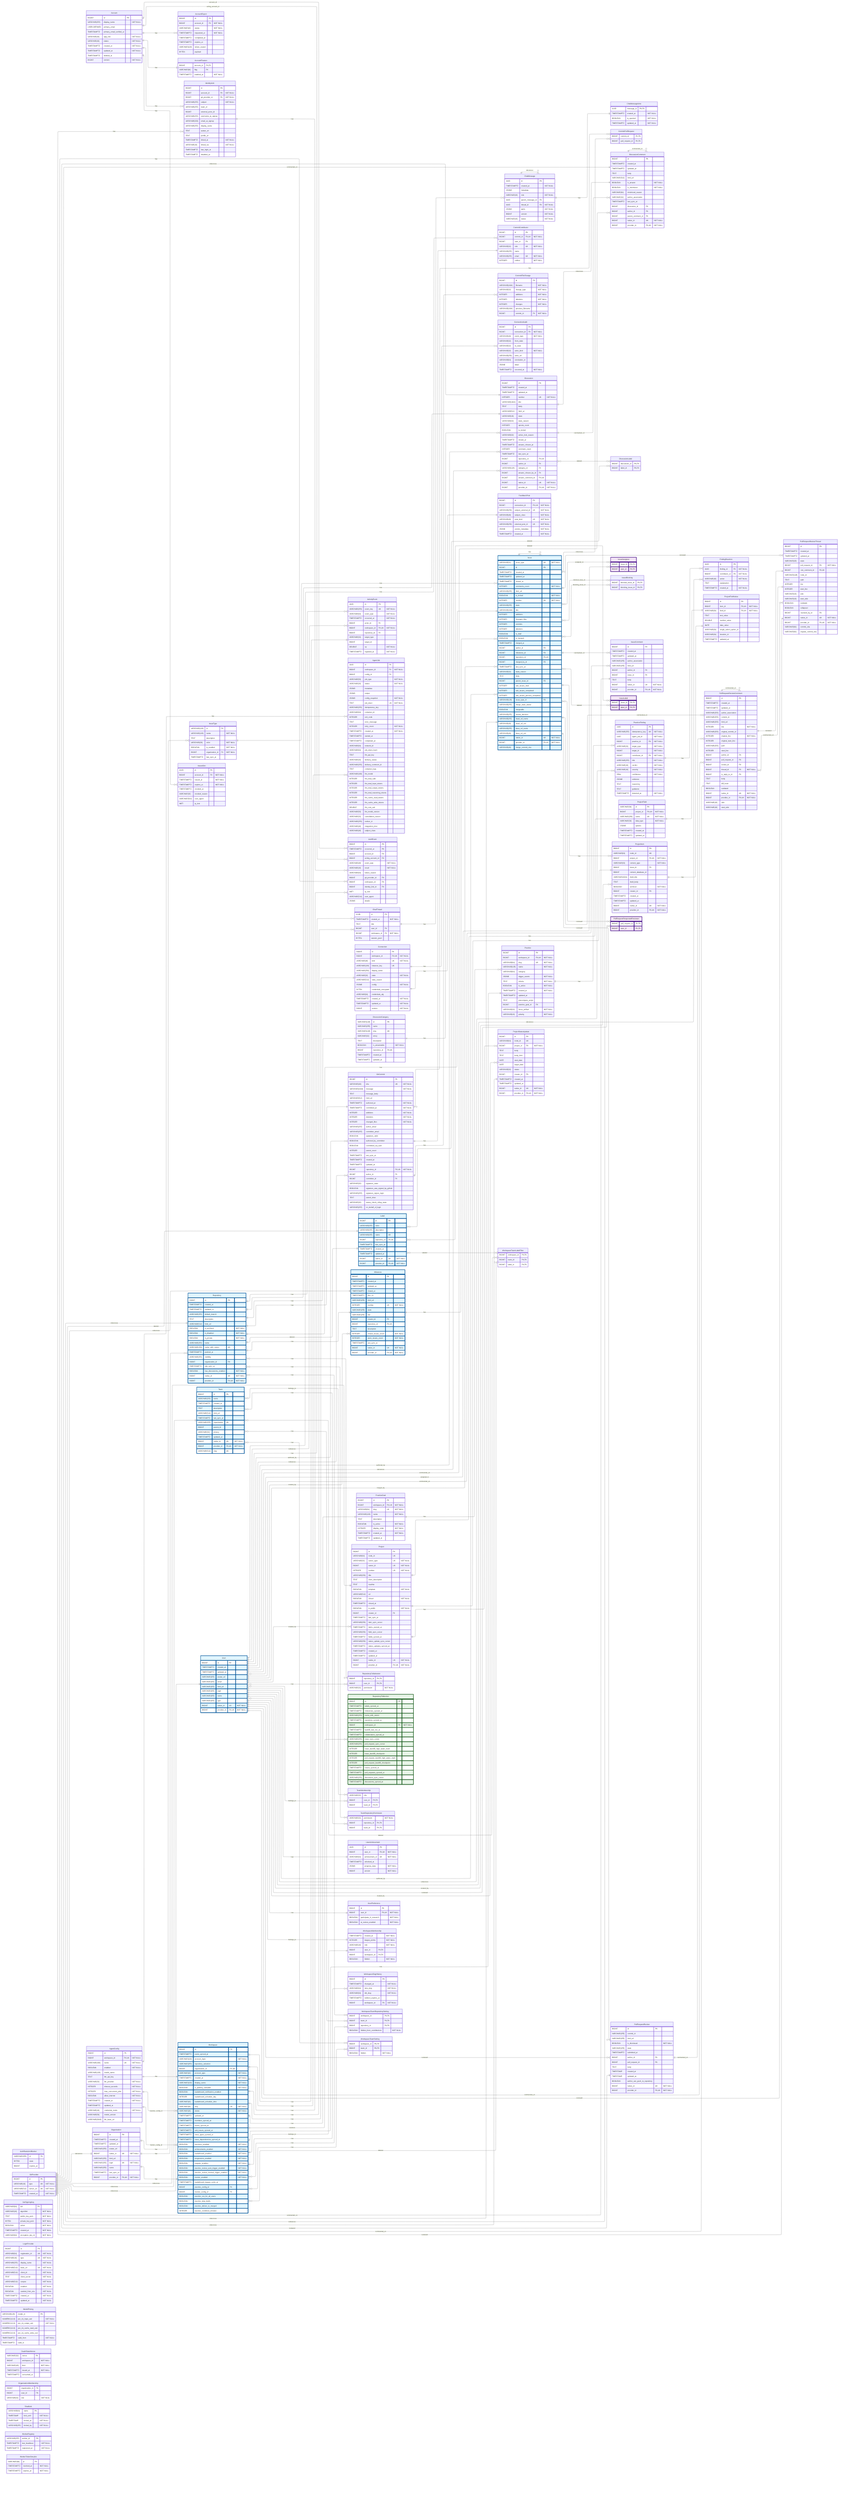
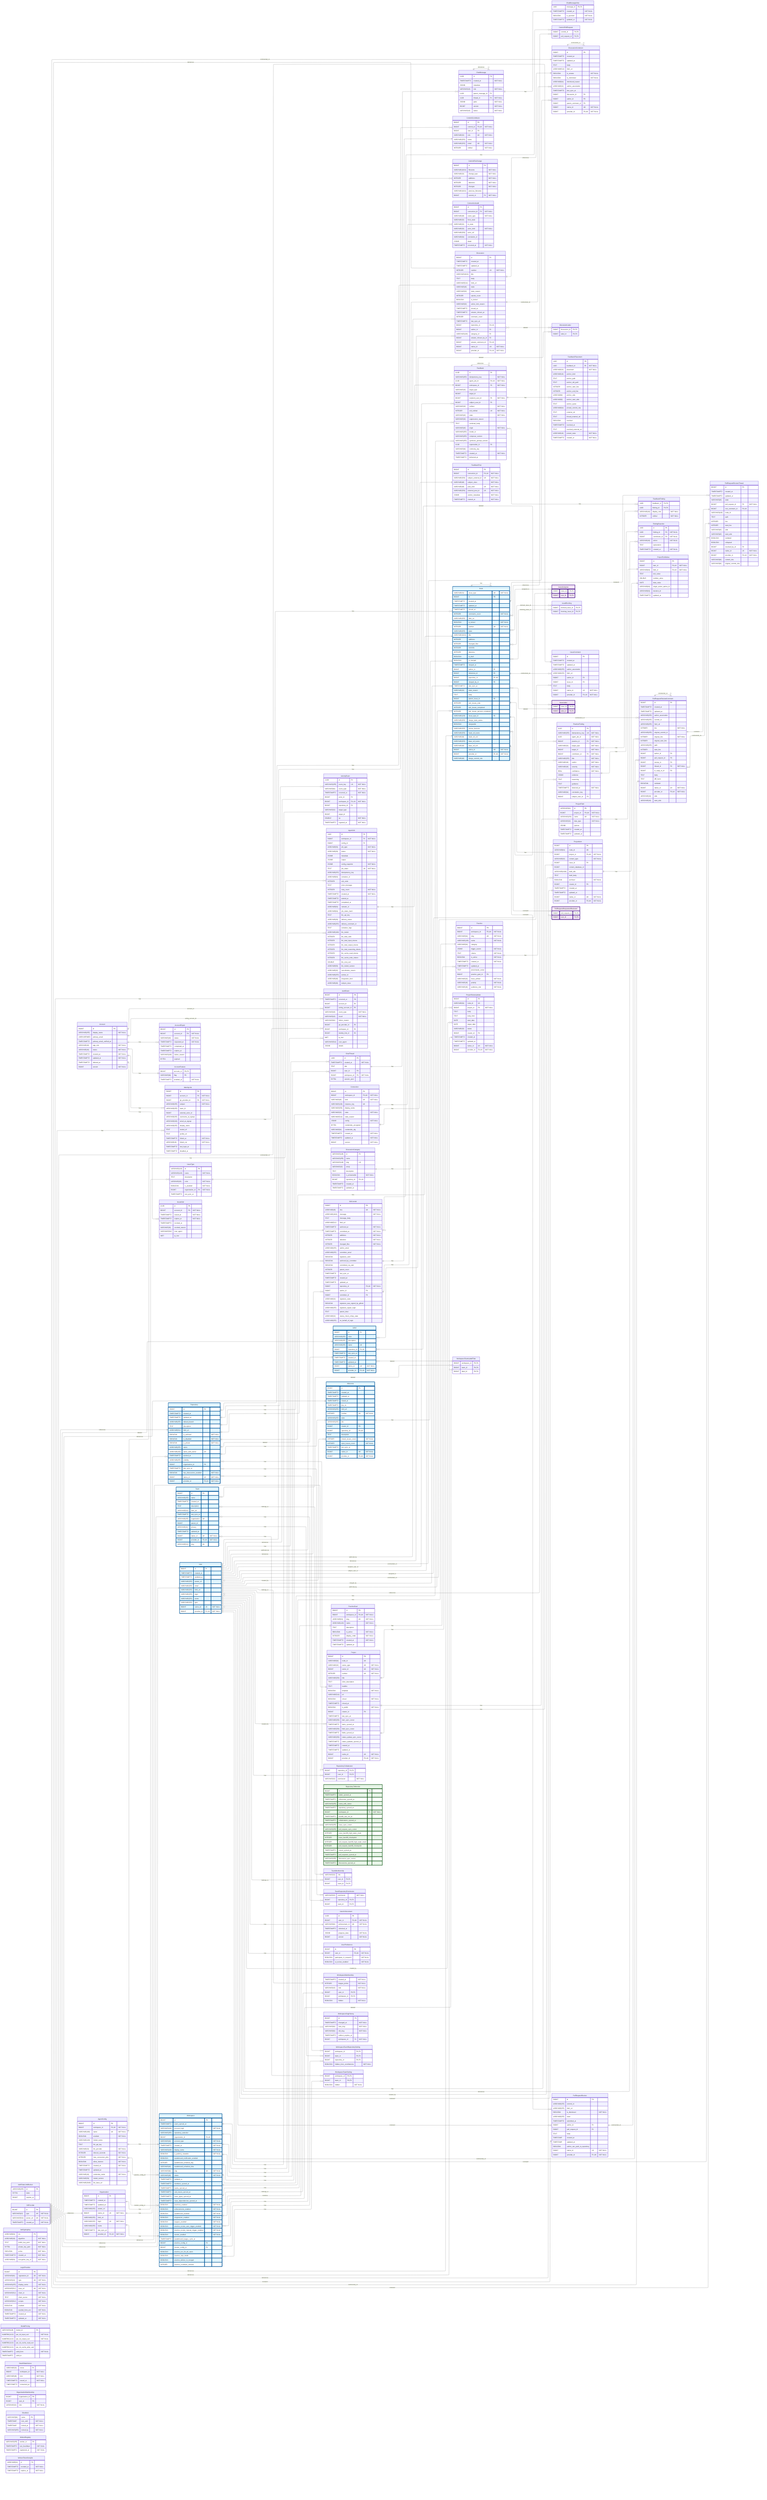
---
config:
    layout: elk
---
erDiagram
    %% Generated automatically from PostgreSQL database schema
    %% using scripts/generate-mermaid-erd.ts
    %% To regenerate: pnpm run db:generate-erd-docs

    direction LR

    Account {
        BIGINT id PK
        VARCHAR(255) display_name "NOT NULL"
        USER-DEFINED primary_email
        TIMESTAMPTZ primary_email_verified_at
        VARCHAR(16) app_role "NOT NULL"
        VARCHAR(16) status "NOT NULL"
        TIMESTAMPTZ created_at "NOT NULL"
        TIMESTAMPTZ updated_at "NOT NULL"
        TIMESTAMPTZ deleted_at
        BIGINT version "NOT NULL"
    }

    AccountExport {
        BIGINT id PK
        BIGINT account_id FK "NOT NULL"
        VARCHAR(16) status "NOT NULL"
        TIMESTAMPTZ requested_at "NOT NULL"
        TIMESTAMPTZ completed_at
        TIMESTAMPTZ expires_at
        VARCHAR(128) failure_reason
        BYTEA payload
    }

    AccountFeature {
        BIGINT account_id PK,FK
        VARCHAR(64) flag PK
        TIMESTAMPTZ enabled_at "NOT NULL"
    }

    ActivityEvent {
        UUID id PK
        VARCHAR(255) event_key UK "NOT NULL"
        VARCHAR(64) event_type "NOT NULL"
        TIMESTAMPTZ occurred_at "NOT NULL"
        BIGINT actor_id FK
        BIGINT workspace_id FK,UK "NOT NULL"
        BIGINT repository_id FK
        VARCHAR(32) target_type
        BIGINT target_id
        DOUBLE xp "NOT NULL"
        TIMESTAMPTZ ingested_at "NOT NULL"
    }

    AgentConfig {
        BIGINT id PK
        BIGINT workspace_id FK,UK "NOT NULL"
        VARCHAR(100) name UK "NOT NULL"
        BOOLEAN enabled "NOT NULL"
        VARCHAR(128) model_name
        TEXT llm_api_key
        VARCHAR(32) llm_provider "NOT NULL"
        INTEGER timeout_seconds "NOT NULL"
        INTEGER max_concurrent_jobs "NOT NULL"
        BOOLEAN allow_internet "NOT NULL"
        TIMESTAMPTZ created_at "NOT NULL"
        TIMESTAMPTZ updated_at
        VARCHAR(16) credential_mode "NOT NULL"
        VARCHAR(50) model_version
        VARCHAR(2048) llm_base_url
    }

    AgentJob {
        UUID id PK
        BIGINT workspace_id FK "NOT NULL"
        BIGINT config_id FK
        VARCHAR(50) job_type "NOT NULL"
        VARCHAR(20) status "NOT NULL"
        JSONB metadata
        JSONB output
        JSONB config_snapshot "NOT NULL"
        TEXT job_token UK "NOT NULL"
        VARCHAR(255) idempotency_key
        VARCHAR(64) container_id
        INTEGER exit_code
        TEXT error_message
        INTEGER retry_count "NOT NULL"
        TIMESTAMPTZ created_at "NOT NULL"
        TIMESTAMPTZ started_at
        TIMESTAMPTZ completed_at
        VARCHAR(64) network_id
        VARCHAR(64) job_token_hash
        TEXT llm_api_key
        VARCHAR(20) delivery_status
        VARCHAR(255) delivery_comment_id
        TEXT container_logs
        VARCHAR(100) llm_model
        INTEGER llm_total_calls
        INTEGER llm_total_input_tokens
        INTEGER llm_total_output_tokens
        INTEGER llm_total_reasoning_tokens
        INTEGER llm_cache_read_tokens
        INTEGER llm_cache_write_tokens
        DOUBLE llm_cost_usd
        VARCHAR(50) llm_model_version
        VARCHAR(32) cancellation_reason
        VARCHAR(255) worker_id
        VARCHAR(48) integration_kind
        VARCHAR(48) subject_class
    }

    AuthEvent {
        BIGINT id PK
        TIMESTAMPTZ occurred_at PK
        BIGINT account_id FK
        BIGINT acting_account_id FK
        VARCHAR(48) event_type "NOT NULL"
        VARCHAR(16) result "NOT NULL"
        VARCHAR(64) failure_reason
        BIGINT git_provider_id FK
        BIGINT workspace_id FK
        BIGINT identity_link_id FK
        INET ip_inet
        VARCHAR(512) user_agent
        JSONB details
    }

    AuthRateLimitBucket {
        VARCHAR(255) id PK
        BYTEA state
        BIGINT expires_at
    }

    ChatMessage {
        UUID id PK
        TIMESTAMPTZ created_at "NOT NULL"
        JSONB metadata
        VARCHAR(16) role "NOT NULL"
        UUID parent_message_id FK
        UUID thread_id FK "NOT NULL"
        JSONB parts "NOT NULL"
        BIGINT version "NOT NULL"
        VARCHAR(16) status "NOT NULL"
    }

    ChatMessageVote {
        UUID message_id PK,FK
        TIMESTAMPTZ created_at "NOT NULL"
        BOOLEAN is_upvoted "NOT NULL"
        TIMESTAMPTZ updated_at "NOT NULL"
    }

    ChatThread {
        UUID id PK
        TIMESTAMPTZ created_at "NOT NULL"
        TEXT title
        BIGINT user_id FK
        BIGINT workspace_id FK "NOT NULL"
        BYTEA session_jsonl
    }

    CommitContributor {
        BIGINT id PK
        BIGINT commit_id FK,UK "NOT NULL"
        BIGINT user_id FK
        VARCHAR(32) role UK "NOT NULL"
        VARCHAR(255) name
        VARCHAR(255) email UK "NOT NULL"
        INTEGER ordinal "NOT NULL"
    }

    CommitFileChange {
        BIGINT id PK
        VARCHAR(1024) filename "NOT NULL"
        VARCHAR(32) change_type "NOT NULL"
        INTEGER additions "NOT NULL"
        INTEGER deletions "NOT NULL"
        INTEGER changes "NOT NULL"
        VARCHAR(1024) previous_filename
        BIGINT commit_id FK "NOT NULL"
    }

    CommitPullRequest {
        BIGINT commit_id PK,FK
        BIGINT pull_request_id PK,FK
    }

    Connection {
        BIGINT id PK
        BIGINT workspace_id FK,UK "NOT NULL"
        VARCHAR(48) kind UK "NOT NULL"
        VARCHAR(128) instance_key UK
        VARCHAR(256) display_name
        VARCHAR(32) state "NOT NULL"
        VARCHAR(512) state_reason
        JSONB config "NOT NULL"
        BYTEA credentials_encrypted
        VARCHAR(64) credentials_alg
        TIMESTAMPTZ created_at "NOT NULL"
        TIMESTAMPTZ updated_at "NOT NULL"
        BIGINT version "NOT NULL"
    }

    ConnectionAudit {
        BIGINT id PK
        BIGINT connection_id FK "NOT NULL"
        VARCHAR(48) event_type "NOT NULL"
        VARCHAR(32) from_state
        VARCHAR(32) to_state
        VARCHAR(32) actor_kind "NOT NULL"
        VARCHAR(256) actor_ref
        VARCHAR(64) correlation_id
        JSONB detail
        TIMESTAMPTZ occurred_at "NOT NULL"
    }

    Discussion {
        BIGINT id PK
        TIMESTAMPTZ created_at
        TIMESTAMPTZ updated_at
        INTEGER number UK "NOT NULL"
        VARCHAR(1024) title
        TEXT body
        VARCHAR(512) html_url
        VARCHAR(16) state
        VARCHAR(32) state_reason
        INTEGER upvote_count
        BOOLEAN is_locked
        VARCHAR(32) active_lock_reason
        TIMESTAMPTZ closed_at
        TIMESTAMPTZ answer_chosen_at
        INTEGER comment_count
        TIMESTAMPTZ last_sync_at
        BIGINT repository_id FK,UK
        BIGINT author_id FK
        VARCHAR(128) category_id FK
        BIGINT answer_chosen_by_id FK
        BIGINT answer_comment_id FK,UK
        BIGINT native_id UK "NOT NULL"
        BIGINT provider_id FK,UK "NOT NULL"
    }

    DiscussionCategory {
        VARCHAR(128) id PK
        VARCHAR(255) name
        VARCHAR(128) slug UK
        VARCHAR(32) emoji
        TEXT description
        BOOLEAN is_answerable "NOT NULL"
        BIGINT repository_id FK,UK
        TIMESTAMPTZ created_at
        TIMESTAMPTZ updated_at
    }

    DiscussionComment {
        BIGINT id PK
        TIMESTAMPTZ created_at
        TIMESTAMPTZ updated_at
        TEXT body
        VARCHAR(512) html_url
        BOOLEAN is_answer "NOT NULL"
        BOOLEAN is_minimized "NOT NULL"
        VARCHAR(64) minimized_reason
        VARCHAR(32) author_association
        TIMESTAMPTZ last_sync_at
        BIGINT discussion_id FK
        BIGINT author_id FK
        BIGINT parent_comment_id FK
        BIGINT native_id UK "NOT NULL"
        BIGINT provider_id FK,UK "NOT NULL"
    }

    DiscussionLabel {
        BIGINT discussion_id PK,FK
        BIGINT label_id PK,FK
+     }
+ 
+     Feedback {
+         UUID id PK
+         VARCHAR(255) idempotency_key "NOT NULL"
+         UUID agent_job_id FK,UK "NOT NULL"
+         BIGINT workspace_id FK "NOT NULL"
+         VARCHAR(32) target_type
+         BIGINT target_id
+         BIGINT recipient_user_id FK "NOT NULL"
+         BIGINT subject_user_id FK
+         VARCHAR(32) surface "NOT NULL"
+         INTEGER unit_ordinal UK "NOT NULL"
+         VARCHAR(16) state "NOT NULL"
+         VARCHAR(32) suppression_reason
+         TEXT rendered_body
+         VARCHAR(16) origin "NOT NULL"
+         VARCHAR(255) model_id
+         VARCHAR(255) composer_version
+         VARCHAR(255) synthesis_prompt_version
+         UUID supersedes_id FK
+         VARCHAR(64) continuity_key
+         TIMESTAMPTZ created_at "NOT NULL"
+         TIMESTAMPTZ delivered_at
+     }
+ 
+     FeedbackFinding {
+         UUID feedback_id PK,FK
+         UUID finding_id PK,FK
+         VARCHAR(16) display_role "NOT NULL"
+         INTEGER ordinal "NOT NULL"
+     }
+ 
+     FeedbackPlacement {
+         UUID id PK
+         UUID feedback_id FK "NOT NULL"
+         VARCHAR(32) placement "NOT NULL"
+         VARCHAR(16) anchor_kind
+         TEXT anchor_path
+         TEXT anchor_old_path
+         INTEGER anchor_start_line
+         INTEGER anchor_end_line
+         VARCHAR(8) anchor_side
+         VARCHAR(8) anchor_start_side
+         TEXT anchor_quote
+         VARCHAR(64) pinned_commit_sha
+         TEXT external_ref
+         TEXT thread_external_ref
+         BOOLEAN resolved
+         TIMESTAMPTZ resolved_at
+         TEXT resolved_external_ref
+         VARCHAR(16) posted_state "NOT NULL"
+         TIMESTAMPTZ created_at "NOT NULL"
    }

    FeedbackPost {
        BIGINT id PK
        BIGINT connection_id FK,UK "NOT NULL"
        VARCHAR(256) subject_external_id UK "NOT NULL"
        VARCHAR(48) subject_class "NOT NULL"
        VARCHAR(48) post_kind UK "NOT NULL"
        VARCHAR(256) external_post_id UK "NOT NULL"
        JSONB vendor_metadata "NOT NULL"
        TIMESTAMPTZ created_at "NOT NULL"
    }

    FindingReaction {
        UUID id PK
        UUID finding_id FK "NOT NULL"
        BIGINT contributor_id FK "NOT NULL"
        VARCHAR(16) action "NOT NULL"
        TEXT explanation
        TIMESTAMPTZ created_at "NOT NULL"
    }

    GitCommit {
        BIGINT id PK
        VARCHAR(40) sha UK "NOT NULL"
        VARCHAR(1024) message "NOT NULL"
        TEXT message_body
        VARCHAR(512) html_url
        TIMESTAMPTZ authored_at "NOT NULL"
        TIMESTAMPTZ committed_at "NOT NULL"
        INTEGER additions "NOT NULL"
        INTEGER deletions "NOT NULL"
        INTEGER changed_files "NOT NULL"
        VARCHAR(255) author_email
        VARCHAR(255) committer_email
        BOOLEAN signature_valid
        BOOLEAN authored_by_committer
        BOOLEAN committed_via_web
        INTEGER parent_count
        TIMESTAMPTZ last_sync_at
        TIMESTAMPTZ created_at
        TIMESTAMPTZ updated_at
        BIGINT repository_id FK,UK "NOT NULL"
        BIGINT author_id FK
        BIGINT committer_id FK
        VARCHAR(32) signature_state
        BOOLEAN signature_was_signed_by_github
        VARCHAR(255) signature_signer_login
        TEXT parent_shas
        VARCHAR(32) status_check_rollup_state
        VARCHAR(255) on_behalf_of_login
    }

    GitProvider {
        BIGINT id PK
        VARCHAR(10) type UK "NOT NULL"
        VARCHAR(512) server_url UK "NOT NULL"
        TIMESTAMPTZ created_at "NOT NULL"
    }

    IdentityLink {
        BIGINT id PK
        BIGINT account_id FK "NOT NULL"
        BIGINT git_provider_id FK "NOT NULL"
        VARCHAR(255) subject "NOT NULL"
        VARCHAR(255) team_id
        BIGINT external_actor_id
        VARCHAR(255) username_at_signup
        VARCHAR(320) email_at_signup
        VARCHAR(255) display_name
        TEXT avatar_url
        TEXT profile_url
        TIMESTAMPTZ linked_at "NOT NULL"
        VARCHAR(16) linked_via "NOT NULL"
        TIMESTAMPTZ last_login_at
        TIMESTAMPTZ disabled_at
    }

    Issue {
        VARCHAR(31) issue_type UK "NOT NULL"
        BIGINT id PK
        TIMESTAMPTZ created_at
        TIMESTAMPTZ updated_at
        TIMESTAMPTZ closed_at
        INTEGER comments_count "NOT NULL"
        VARCHAR(255) html_url
        BOOLEAN is_locked "NOT NULL"
        INTEGER number UK "NOT NULL"
        VARCHAR(255) state
        VARCHAR(1024) title
        INTEGER additions
        INTEGER changed_files
        INTEGER commits
        INTEGER deletions
        BOOLEAN is_draft
        BOOLEAN is_merged
        TIMESTAMPTZ merged_at
        BIGINT author_id FK
        BIGINT milestone_id FK
        BIGINT repository_id FK,UK
        BIGINT merged_by_id FK
        TIMESTAMPTZ last_sync_at
        VARCHAR(32) state_reason
        TEXT body
        BIGINT parent_issue_id FK
        INTEGER sub_issues_total
        INTEGER sub_issues_completed
        INTEGER sub_issues_percent_completed
        VARCHAR(128) issue_type_id FK
        VARCHAR(255) merge_state_status
        BOOLEAN mergeable
        VARCHAR(255) review_decision
        VARCHAR(255) head_ref_name
        VARCHAR(40) head_ref_oid
        VARCHAR(255) base_ref_name
        VARCHAR(40) base_ref_oid
        BIGINT native_id UK "NOT NULL"
        BIGINT provider_id FK,UK "NOT NULL"
        VARCHAR(40) merge_commit_sha
    }

    IssueAssignee {
        BIGINT issue_id PK,FK
        BIGINT user_id PK,FK
    }

    IssueBlocking {
        BIGINT blocked_issue_id PK,FK
        BIGINT blocking_issue_id PK,FK
    }

    IssueComment {
        BIGINT id PK
        TIMESTAMPTZ created_at
        TIMESTAMPTZ updated_at
        VARCHAR(255) author_association
        VARCHAR(255) html_url
        BIGINT author_id FK
        BIGINT issue_id FK
        TEXT body
        BIGINT native_id UK "NOT NULL"
        BIGINT provider_id FK,UK "NOT NULL"
    }

    IssueLabel {
        BIGINT issue_id PK,FK
        BIGINT label_id PK,FK
    }

    IssueType {
        VARCHAR(128) id PK
        VARCHAR(128) name "NOT NULL"
        TEXT description
        VARCHAR(20) color "NOT NULL"
        BOOLEAN is_enabled "NOT NULL"
        BIGINT organization_id FK "NOT NULL"
        TIMESTAMPTZ last_sync_at
    }

    IssuedJwt {
        UUID jti PK
        BIGINT account_id FK "NOT NULL"
        TIMESTAMPTZ issued_at "NOT NULL"
        TIMESTAMPTZ expires_at "NOT NULL"
        TIMESTAMPTZ revoked_at
        VARCHAR(32) revoked_reason
        VARCHAR(512) user_agent
        INET ip_inet
    }

    JwtSigningKey {
        VARCHAR(64) kid PK
        VARCHAR(16) algorithm "NOT NULL"
        TEXT public_key_pem "NOT NULL"
        BYTEA private_key_pem "NOT NULL"
        BOOLEAN active "NOT NULL"
        TIMESTAMPTZ created_at "NOT NULL"
        VARCHAR(64) encryption_key_id "NOT NULL"
    }

    Label {
        BIGINT id PK
        VARCHAR(255) color
        VARCHAR(255) description
        VARCHAR(255) name UK
        BIGINT repository_id FK,UK
        TIMESTAMPTZ last_sync_at
        TIMESTAMPTZ created_at
        TIMESTAMPTZ updated_at
        BIGINT native_id UK "NOT NULL"
        BIGINT provider_id FK,UK "NOT NULL"
    }

    LoginProvider {
        BIGINT id PK
        VARCHAR(64) registration_id UK "NOT NULL"
        VARCHAR(10) type UK "NOT NULL"
        VARCHAR(255) display_name "NOT NULL"
        VARCHAR(512) base_url UK "NOT NULL"
        VARCHAR(512) client_id "NOT NULL"
        TEXT client_secret "NOT NULL"
        VARCHAR(512) scopes "NOT NULL"
        BOOLEAN enabled "NOT NULL"
        BOOLEAN seeded_from_env "NOT NULL"
        TIMESTAMPTZ created_at "NOT NULL"
        TIMESTAMPTZ updated_at "NOT NULL"
    }

    Milestone {
        BIGINT id PK
        TIMESTAMPTZ created_at
        TIMESTAMPTZ updated_at
        TIMESTAMPTZ closed_at
        TIMESTAMPTZ due_on
        VARCHAR(255) html_url
        INTEGER number UK "NOT NULL"
        VARCHAR(255) state
        VARCHAR(255) title
        BIGINT creator_id FK
        BIGINT repository_id FK,UK
        TEXT description
        INTEGER closed_issues_count "NOT NULL"
        INTEGER open_issues_count "NOT NULL"
        TIMESTAMPTZ last_sync_at
        BIGINT native_id UK "NOT NULL"
        BIGINT provider_id FK,UK "NOT NULL"
    }

    ModelPricing {
        VARCHAR(128) model_id PK
        NUMERIC(12,6) per_1k_input_usd "NOT NULL"
        NUMERIC(12,6) per_1k_output_usd "NOT NULL"
        NUMERIC(12,6) per_1k_cache_read_usd
        NUMERIC(12,6) per_1k_cache_write_usd
        TIMESTAMPTZ valid_from "NOT NULL"
        TIMESTAMPTZ valid_to
    }

    OauthStateNonce {
        VARCHAR(32) nonce PK
        BIGINT workspace_id "NOT NULL"
        VARCHAR(48) kind "NOT NULL"
        TIMESTAMPTZ issued_at "NOT NULL"
        TIMESTAMPTZ consumed_at
    }

    Organization {
        BIGINT id PK
        TIMESTAMPTZ created_at
        TIMESTAMPTZ updated_at
        VARCHAR(255) avatar_url
        BIGINT native_id UK "NOT NULL"
        VARCHAR(255) html_url
        VARCHAR(255) login UK "NOT NULL"
        VARCHAR(255) name
        TIMESTAMPTZ last_sync_at
        BIGINT provider_id FK,UK "NOT NULL"
    }

    OrganizationMembership {
        BIGINT organization_id PK
        BIGINT user_id PK
        VARCHAR(32) role "NOT NULL"
    }

    Practice {
        BIGINT id PK
        BIGINT workspace_id FK,UK "NOT NULL"
        VARCHAR(64) slug UK "NOT NULL"
        VARCHAR(128) name "NOT NULL"
        VARCHAR(64) category
        JSONB trigger_events "NOT NULL"
        TEXT criteria "NOT NULL"
        BOOLEAN is_active "NOT NULL"
        TIMESTAMPTZ created_at "NOT NULL"
        TIMESTAMPTZ updated_at
        TEXT precompute_script
        BIGINT practice_goal_id FK
        VARCHAR(32) focus_artifact "NOT NULL"
        VARCHAR(16) polarity "NOT NULL"
+         VARCHAR(16) audience_role "NOT NULL"
    }

    PracticeFinding {
        UUID id PK
        VARCHAR(255) idempotency_key UK "NOT NULL"
        UUID agent_job_id "NOT NULL"
        BIGINT practice_id FK "NOT NULL"
        VARCHAR(32) target_type "NOT NULL"
        BIGINT target_id "NOT NULL"
        BIGINT contributor_id FK "NOT NULL"
        VARCHAR(255) title "NOT NULL"
        VARCHAR(16) verdict "NOT NULL"
        VARCHAR(16) severity "NOT NULL"
        REAL confidence "NOT NULL"
        JSONB evidence
        TEXT reasoning
        TEXT guidance
        TIMESTAMPTZ detected_at "NOT NULL"
+         VARCHAR(64) correlation_key
+         BIGINT subject_user_id FK
    }

    PracticeGoal {
        BIGINT id PK
        BIGINT workspace_id FK,UK "NOT NULL"
        VARCHAR(64) slug UK "NOT NULL"
        VARCHAR(128) name "NOT NULL"
        TEXT description
        BOOLEAN is_active "NOT NULL"
        INTEGER display_order "NOT NULL"
        TIMESTAMPTZ created_at "NOT NULL"
        TIMESTAMPTZ updated_at
    }

    Project {
        BIGINT id PK
        VARCHAR(64) node_id UK
        VARCHAR(32) owner_type UK "NOT NULL"
        BIGINT owner_id UK "NOT NULL"
        INTEGER number UK "NOT NULL"
        VARCHAR(256) title
        TEXT short_description
        TEXT readme
        BOOLEAN template "NOT NULL"
        VARCHAR(512) url
        BOOLEAN closed "NOT NULL"
        TIMESTAMPTZ closed_at
        BOOLEAN is_public "NOT NULL"
        BIGINT creator_id FK
        TIMESTAMPTZ last_sync_at
        VARCHAR(256) item_sync_cursor
        TIMESTAMPTZ items_synced_at
        VARCHAR(256) field_sync_cursor
        TIMESTAMPTZ fields_synced_at
        VARCHAR(256) status_update_sync_cursor
        TIMESTAMPTZ status_updates_synced_at
        TIMESTAMPTZ created_at
        TIMESTAMPTZ updated_at
        BIGINT native_id UK "NOT NULL"
        BIGINT provider_id FK,UK "NOT NULL"
    }

    ProjectField {
        VARCHAR(64) id PK
        BIGINT project_id FK,UK "NOT NULL"
        VARCHAR(256) name UK "NOT NULL"
        VARCHAR(32) data_type "NOT NULL"
        JSONB options
        TIMESTAMPTZ created_at
        TIMESTAMPTZ updated_at
    }

    ProjectFieldValue {
        BIGINT id PK
        BIGINT item_id FK,UK "NOT NULL"
        VARCHAR(64) field_id FK,UK "NOT NULL"
        TEXT text_value
        DOUBLE number_value
        DATE date_value
        VARCHAR(64) single_select_option_id
        VARCHAR(64) iteration_id
        TIMESTAMPTZ updated_at
    }

    ProjectItem {
        BIGINT id PK
        VARCHAR(64) node_id UK
        BIGINT project_id FK,UK "NOT NULL"
        VARCHAR(32) content_type "NOT NULL"
        BIGINT issue_id FK
        BIGINT content_database_id
        VARCHAR(1024) draft_title
        TEXT draft_body
        BOOLEAN archived "NOT NULL"
        BIGINT creator_id FK
        TIMESTAMPTZ created_at
        TIMESTAMPTZ updated_at
        BIGINT native_id UK "NOT NULL"
        BIGINT provider_id FK,UK "NOT NULL"
    }

    ProjectStatusUpdate {
        BIGINT id PK
        VARCHAR(64) node_id UK
        BIGINT project_id FK "NOT NULL"
        TEXT body
        TEXT body_html
        DATE start_date
        DATE target_date
        VARCHAR(32) status
        BIGINT creator_id FK
        TIMESTAMPTZ created_at
        TIMESTAMPTZ updated_at
        BIGINT native_id UK "NOT NULL"
        BIGINT provider_id FK,UK "NOT NULL"
    }

    PullRequestRequestedReviewer {
        BIGINT pull_request_id PK,FK
        BIGINT user_id PK,FK
    }

    PullRequestReview {
        BIGINT id PK
        VARCHAR(255) commit_id
        VARCHAR(255) html_url
        BOOLEAN is_dismissed "NOT NULL"
        VARCHAR(255) state
        TIMESTAMPTZ submitted_at
        BIGINT author_id FK
        BIGINT pull_request_id FK
        TEXT body
        TIMESTAMP created_at
        TIMESTAMP updated_at
        BOOLEAN author_can_push_to_repository
        BIGINT native_id UK "NOT NULL"
        BIGINT provider_id FK,UK "NOT NULL"
    }

    PullRequestReviewComment {
        BIGINT id PK
        TIMESTAMPTZ created_at
        TIMESTAMPTZ updated_at
        VARCHAR(255) author_association
        VARCHAR(255) commit_id
        VARCHAR(255) html_url
        INTEGER line "NOT NULL"
        VARCHAR(255) original_commit_id
        INTEGER original_line "NOT NULL"
        INTEGER original_start_line
        VARCHAR(255) path
        INTEGER start_line
        BIGINT author_id FK
        BIGINT pull_request_id FK
        BIGINT review_id FK
        BIGINT thread_id FK "NOT NULL"
        BIGINT in_reply_to_id FK
        TEXT body
        TEXT diff_hunk
        BOOLEAN outdated
        BIGINT native_id UK "NOT NULL"
        BIGINT provider_id FK,UK "NOT NULL"
        VARCHAR(16) side
        VARCHAR(16) start_side
    }

    PullRequestReviewThread {
        BIGINT id PK
        TIMESTAMPTZ created_at
        TIMESTAMPTZ updated_at
        VARCHAR(20) state
        BIGINT pull_request_id FK "NOT NULL"
        BIGINT root_comment_id FK,UK
        VARCHAR(128) node_id
        TEXT path
        INTEGER line
        INTEGER start_line
        VARCHAR(16) side
        VARCHAR(16) start_side
        BOOLEAN outdated
        BOOLEAN collapsed
        BIGINT resolved_by_id FK
        BIGINT native_id UK "NOT NULL"
        BIGINT provider_id FK,UK "NOT NULL"
        VARCHAR(64) commit_sha
        VARCHAR(64) original_commit_sha
    }

    Repository {
        BIGINT id PK
        TIMESTAMPTZ created_at
        TIMESTAMPTZ updated_at
        VARCHAR(255) default_branch
        TEXT description
        VARCHAR(512) html_url
        BOOLEAN is_archived "NOT NULL"
        BOOLEAN is_disabled "NOT NULL"
        BOOLEAN is_private "NOT NULL"
        VARCHAR(255) name
        VARCHAR(150) name_with_owner UK
        TIMESTAMPTZ pushed_at
        VARCHAR(255) visibility
        BIGINT organization_id FK
        TIMESTAMPTZ last_sync_at
        BOOLEAN has_discussions_enabled "NOT NULL"
        BIGINT native_id UK "NOT NULL"
        BIGINT provider_id FK,UK "NOT NULL"
    }

    RepositoryCollaborator {
        BIGINT repository_id PK,FK
        BIGINT user_id PK,FK
        VARCHAR(32) permission "NOT NULL"
    }

    RepositoryToMonitor {
        BIGINT id PK
        TIMESTAMPTZ labels_synced_at
        TIMESTAMPTZ milestones_synced_at
        VARCHAR(255) name_with_owner
        TIMESTAMPTZ repository_synced_at
        BIGINT workspace_id FK "NOT NULL"
        TIMESTAMPTZ backfill_last_run_at
        TIMESTAMPTZ collaborators_synced_at
        VARCHAR(255) issue_sync_cursor
        VARCHAR(255) pull_request_sync_cursor
        INTEGER issue_backfill_high_water_mark
        INTEGER issue_backfill_checkpoint
        INTEGER pull_request_backfill_high_water_mark
        INTEGER pull_request_backfill_checkpoint
        TIMESTAMPTZ issues_synced_at
        TIMESTAMPTZ pull_requests_synced_at
        VARCHAR(255) discussion_sync_cursor
        TIMESTAMPTZ discussions_synced_at
    }

    Shedlock {
        VARCHAR(64) name PK
        TIMESTAMP lock_until "NOT NULL"
        TIMESTAMP locked_at "NOT NULL"
        VARCHAR(255) locked_by "NOT NULL"
    }

    Team {
        BIGINT id PK
        VARCHAR(255) name
        TIMESTAMPTZ created_at
        TEXT description
        VARCHAR(512) html_url
        TIMESTAMPTZ last_sync_at
        VARCHAR(255) organization UK
        BIGINT parent_id
        VARCHAR(32) privacy
        TIMESTAMPTZ updated_at
        BIGINT native_id UK "NOT NULL"
        BIGINT provider_id FK,UK "NOT NULL"
        VARCHAR(512) slug UK
    }

    TeamMembership {
        VARCHAR(32) role
        BIGINT user_id PK,FK
        BIGINT team_id PK,FK
    }

    TeamRepositoryPermission {
        VARCHAR(32) permission "NOT NULL"
        BIGINT repository_id PK,FK
        BIGINT team_id PK,FK
    }

    User {
        BIGINT id PK
        TIMESTAMPTZ created_at
        TIMESTAMPTZ updated_at
        VARCHAR(255) avatar_url
        VARCHAR(255) email
        VARCHAR(255) html_url
        VARCHAR(255) login
        VARCHAR(255) name
        VARCHAR(255) type
        BIGINT native_id UK "NOT NULL"
        BIGINT provider_id FK,UK "NOT NULL"
    }

    UserAchievement {
        UUID id PK
        BIGINT user_id FK,UK "NOT NULL"
        VARCHAR(64) achievement_id UK "NOT NULL"
        TIMESTAMPTZ unlocked_at
        JSONB progress_data "NOT NULL"
        BIGINT version "NOT NULL"
    }

    UserPreference {
        BIGINT id PK
        BIGINT user_id FK,UK "NOT NULL"
        BOOLEAN participate_in_research "NOT NULL"
        BOOLEAN ai_review_enabled "NOT NULL"
    }

    WorkerRegistry {
        VARCHAR(255) worker_id PK
        TIMESTAMPTZ last_heartbeat "NOT NULL"
        TIMESTAMPTZ registered_at "NOT NULL"
    }

    WorkerTokenDenylist {
        VARCHAR(64) jti PK
        TIMESTAMPTZ revoked_at "NOT NULL"
        TIMESTAMPTZ expires_at "NOT NULL"
    }

    Workspace {
        BIGINT id PK
        TIMESTAMPTZ users_synced_at
        VARCHAR(120) account_login "NOT NULL"
        VARCHAR(255) repository_selection
        BIGINT organization_id FK,UK
        VARCHAR(10) account_type "NOT NULL"
        TIMESTAMPTZ created_at "NOT NULL"
        VARCHAR(120) display_name "NOT NULL"
        BOOLEAN is_publicly_viewable "NOT NULL"
        BOOLEAN leaderboard_notification_enabled
        INTEGER leaderboard_schedule_day
        VARCHAR(10) leaderboard_schedule_time
        VARCHAR(64) slug UK "NOT NULL"
        VARCHAR(20) status "NOT NULL"
        TIMESTAMPTZ updated_at
        TIMESTAMPTZ members_synced_at
        TIMESTAMPTZ teams_synced_at
        TIMESTAMPTZ sub_issues_synced_at
        TIMESTAMPTZ issue_types_synced_at
        TIMESTAMPTZ issue_dependencies_synced_at
        BOOLEAN practices_enabled "NOT NULL"
        BOOLEAN achievements_enabled "NOT NULL"
        BOOLEAN leaderboard_enabled "NOT NULL"
        BOOLEAN progression_enabled "NOT NULL"
        BOOLEAN leagues_enabled "NOT NULL"
        BOOLEAN practice_review_auto_trigger_enabled "NOT NULL"
        BOOLEAN practice_review_manual_trigger_enabled "NOT NULL"
        BOOLEAN mentor_enabled "NOT NULL"
        TIMESTAMPTZ leaderboard_league_cycle_at
        BIGINT practice_config_id FK
        BIGINT mentor_config_id FK
        BOOLEAN practice_run_for_all_users
        BOOLEAN practice_skip_drafts
        BOOLEAN practice_deliver_to_merged
        INTEGER practice_cooldown_minutes
    }

    WorkspaceMembership {
        TIMESTAMPTZ created_at "NOT NULL"
        INTEGER league_points "NOT NULL"
        VARCHAR(16) role "NOT NULL"
        BIGINT user_id PK,FK
        BIGINT workspace_id PK,FK
        BOOLEAN hidden "NOT NULL"
    }

    WorkspaceSlugHistory {
        BIGINT id PK
        TIMESTAMPTZ changed_at "NOT NULL"
        VARCHAR(64) new_slug "NOT NULL"
        VARCHAR(64) old_slug "NOT NULL"
        TIMESTAMPTZ redirect_expires_at
        BIGINT workspace_id FK "NOT NULL"
    }

    WorkspaceTeamLabelFilter {
        BIGINT workspace_id PK,FK
        BIGINT team_id PK,FK
        BIGINT label_id PK,FK
    }

    WorkspaceTeamRepositorySetting {
        BIGINT workspace_id PK,FK
        BIGINT team_id PK,FK
        BIGINT repository_id PK,FK
        BOOLEAN hidden_from_contributions "NOT NULL"
    }

    WorkspaceTeamSetting {
        BIGINT workspace_id PK,FK
        BIGINT team_id PK,FK
        BOOLEAN hidden "NOT NULL"
    }

    %% Relationships
    %% One-to-One relationships
    Account ||--|| AccountFeature : has
    Workspace ||--|| ActivityEvent : has
    Workspace ||--|| AgentConfig : has
    ChatMessage ||--|| ChatMessageVote : has
    GitCommit ||--|| CommitContributor : has
    Workspace ||--|| Connection : has
    Repository ||--|| Discussion : has
    DiscussionComment ||--|| Discussion : references
    GitProvider ||--|| Discussion : references
    Repository ||--|| DiscussionCategory : has
    GitProvider ||--|| DiscussionComment : commented_on
+     AgentJob ||--|| Feedback : has
    Connection ||--|| FeedbackPost : has
    Repository ||--|| GitCommit : has
    Repository ||--|| Issue : has
    GitProvider ||--|| Issue : references
    GitProvider ||--|| IssueComment : commented_on
    Repository ||--|| Label : labeled
    GitProvider ||--|| Label : labeled
    Repository ||--|| Milestone : has
    GitProvider ||--|| Milestone : references
    GitProvider ||--|| Organization : references
    Workspace ||--|| Practice : has
    Workspace ||--|| PracticeGoal : has
    GitProvider ||--|| Project : references
    Project ||--|| ProjectField : has
    ProjectItem ||--|| ProjectFieldValue : has
    ProjectField ||--|| ProjectFieldValue : has
    Project ||--|| ProjectItem : has
    GitProvider ||--|| ProjectItem : references
    GitProvider ||--|| ProjectStatusUpdate : references
    GitProvider ||--|| PullRequestReview : reviewed
    GitProvider ||--|| PullRequestReviewComment : commented_on
    PullRequestReviewComment ||--|| PullRequestReviewThread : reviewed
    GitProvider ||--|| PullRequestReviewThread : reviewed
    GitProvider ||--|| Repository : references
    GitProvider ||--|| Team : references
    GitProvider ||--|| User : references
    User ||--|| UserAchievement : has
    User ||--|| UserPreference : has
    Organization ||--|| Workspace : has
    User ||--|| WorkspaceMembership : belongs_to
    Workspace ||--|| WorkspaceMembership : belongs_to

    %% One-to-Many relationships
    Account ||--o{ AccountExport : has
    User ||--o{ ActivityEvent : references
    Repository ||--o{ ActivityEvent : has
    Workspace ||--o{ AgentJob : has
    AgentConfig ||--o{ AgentJob : has
    Account ||--o{ AuthEvent : account_id
    Account ||--o{ AuthEvent : acting_account_id
    GitProvider ||--o{ AuthEvent : has
    Workspace ||--o{ AuthEvent : has
    IdentityLink ||--o{ AuthEvent : has
    ChatMessage ||--o{ ChatMessage : references
    ChatThread ||--o{ ChatMessage : has
    User ||--o{ ChatThread : has
    Workspace ||--o{ ChatThread : has
    User ||--o{ CommitContributor : has
    GitCommit ||--o{ CommitFileChange : has
    Connection ||--o{ ConnectionAudit : has
    User ||--o{ Discussion : authored_by
    DiscussionCategory ||--o{ Discussion : has
    User ||--o{ Discussion : references
    Discussion ||--o{ DiscussionComment : commented_on
    User ||--o{ DiscussionComment : commented_on
    DiscussionComment ||--o{ DiscussionComment : commented_on
+     Workspace ||--o{ Feedback : has
+     User ||--o{ Feedback : recipient_user_id
+     User ||--o{ Feedback : subject_user_id
+     Feedback ||--o{ Feedback : references
+     Feedback ||--o{ FeedbackPlacement : has
    PracticeFinding ||--o{ FindingReaction : has
    User ||--o{ FindingReaction : references
    User ||--o{ GitCommit : authored_by
    User ||--o{ GitCommit : references
    Account ||--o{ IdentityLink : has
    GitProvider ||--o{ IdentityLink : has
    User ||--o{ Issue : authored_by
    Milestone ||--o{ Issue : has
    User ||--o{ Issue : merged_by
    Issue ||--o{ Issue : has
    IssueType ||--o{ Issue : has
    User ||--o{ IssueComment : commented_on
    Issue ||--o{ IssueComment : commented_on
    Organization ||--o{ IssueType : has
    Account ||--o{ IssuedJwt : has
    User ||--o{ Milestone : created_by
    PracticeGoal ||--o{ Practice : has
    Practice ||--o{ PracticeFinding : has
    User ||--o{ PracticeFinding : references
+     User ||--o{ PracticeFinding : has
    User ||--o{ Project : created_by
    Issue ||--o{ ProjectItem : has
    User ||--o{ ProjectItem : created_by
    Project ||--o{ ProjectStatusUpdate : has
    User ||--o{ ProjectStatusUpdate : created_by
    User ||--o{ PullRequestReview : reviewed
    Issue ||--o{ PullRequestReview : reviewed
    User ||--o{ PullRequestReviewComment : commented_on
    Issue ||--o{ PullRequestReviewComment : commented_on
    PullRequestReview ||--o{ PullRequestReviewComment : commented_on
    PullRequestReviewThread ||--o{ PullRequestReviewComment : commented_on
    PullRequestReviewComment ||--o{ PullRequestReviewComment : commented_on
    Issue ||--o{ PullRequestReviewThread : reviewed
    User ||--o{ PullRequestReviewThread : reviewed
    Organization ||--o{ Repository : has
    Workspace ||--o{ RepositoryToMonitor : monitors
    AgentConfig ||--o{ Workspace : practice_config_id
    AgentConfig ||--o{ Workspace : mentor_config_id
    Workspace ||--o{ WorkspaceSlugHistory : has

    %% Many-to-Many relationships
    GitCommit }o--o{ CommitPullRequest : has
    Issue }o--o{ CommitPullRequest : references
    Discussion }o--o{ DiscussionLabel : labeled
    Label }o--o{ DiscussionLabel : labeled
+     Feedback }o--o{ FeedbackFinding : has
+     PracticeFinding }o--o{ FeedbackFinding : has
    Issue }o--o{ IssueAssignee : assigned_to
    User }o--o{ IssueAssignee : assigned_to
    Issue }o--o{ IssueBlocking : blocked_issue_id
    Issue }o--o{ IssueBlocking : blocking_issue_id
    Issue }o--o{ IssueLabel : labeled
    Label }o--o{ IssueLabel : labeled
    Issue }o--o{ PullRequestRequestedReviewer : reviewed
    User }o--o{ PullRequestRequestedReviewer : reviewed
    Repository }o--o{ RepositoryCollaborator : has
    User }o--o{ RepositoryCollaborator : has
    User }o--o{ TeamMembership : belongs_to
    Team }o--o{ TeamMembership : belongs_to
    Repository }o--o{ TeamRepositoryPermission : has
    Team }o--o{ TeamRepositoryPermission : has
    Workspace }o--o{ WorkspaceTeamLabelFilter : labeled
    Team }o--o{ WorkspaceTeamLabelFilter : labeled
    Label }o--o{ WorkspaceTeamLabelFilter : labeled
    Workspace }o--o{ WorkspaceTeamRepositorySetting : has
    Team }o--o{ WorkspaceTeamRepositorySetting : has
    Repository }o--o{ WorkspaceTeamRepositorySetting : has
    Workspace }o--o{ WorkspaceTeamSetting : has
    Team }o--o{ WorkspaceTeamSetting : has

    %% Styling
    classDef primaryEntity fill:#e1f5fe,stroke:#01579b,stroke-width:2px
    classDef associationEntity fill:#f3e5f5,stroke:#4a148c,stroke-width:2px
    classDef metadataEntity fill:#e8f5e8,stroke:#1b5e20,stroke-width:2px

    class Issue primaryEntity
    class IssueAssignee associationEntity
    class IssueLabel associationEntity
    class Label primaryEntity
    class Milestone primaryEntity
    class PullRequestRequestedReviewer associationEntity
    class Repository primaryEntity
    class RepositoryToMonitor metadataEntity
    class Team primaryEntity
    class User primaryEntity
    class Workspace primaryEntity
